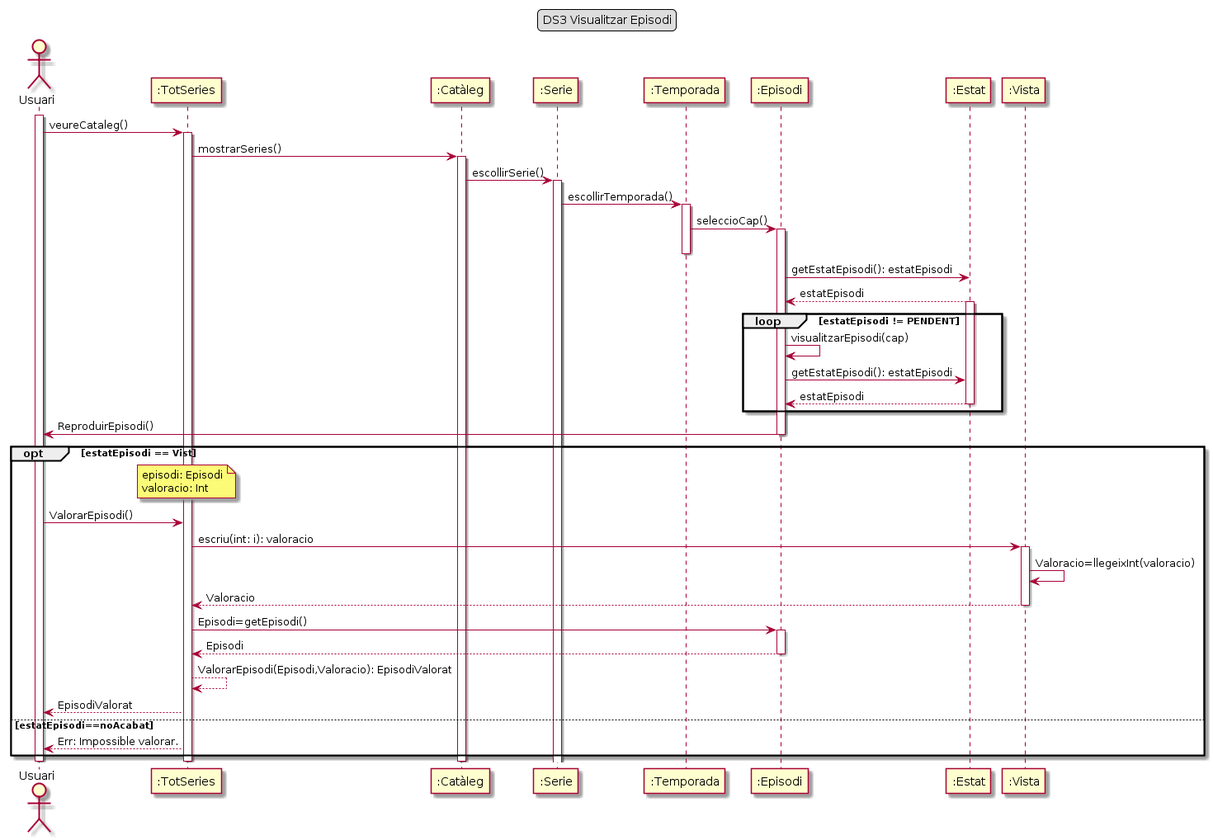
Earlier version of the PlantUML export Lab4/DS/DS3 Visualitzar Capitol.png (Ralleg314/DS). The source it was exported from:
```plantuml
@startuml
legend top
    DS3 Visualitzar Episodi
end legend

actor Usuari as usuari
activate usuari

participant ":TotSeries" as TS
participant ":Catàleg" as cataleg
participant ":Serie" as serie
participant ":Temporada" as temp
participant ":Episodi" as cap
participant ":Estat" as estat
participant ":Vista" as vista

usuari ->TS: veureCataleg()
activate TS
TS -> cataleg: mostrarSeries()
activate cataleg
cataleg -> serie: escollirSerie()
activate serie
serie->temp: escollirTemporada()
activate temp
temp->cap: seleccioCap()
activate cap
deactivate temp
cap -> estat: getEstatEpisodi(): estatEpisodi
estat --> cap: estatEpisodi
activate estat

loop estatEpisodi != PENDENT
    cap->cap: visualitzarEpisodi(cap)
    cap -> estat: getEstatEpisodi(): estatEpisodi
    estat --> cap: estatEpisodi
    deactivate estat
end
cap -> usuari: ReproduirEpisodi()
deactivate cap
opt estatEpisodi == Vist
note over TS
    episodi: Episodi
    valoracio: Int
end note

usuari ->TS: ValorarEpisodi()
TS -> vista: escriu(int: i): valoracio
activate vista
vista -> vista: Valoracio=llegeixInt(valoracio)
vista --> TS: Valoracio
deactivate vista
TS -> cap: Episodi=getEpisodi()
activate cap
cap --> TS: Episodi
deactivate cap
TS --> TS: ValorarEpisodi(Episodi,Valoracio): EpisodiValorat
TS --> usuari: EpisodiValorat

else estatEpisodi==noAcabat
TS --> usuari: Err: Impossible valorar.
end
deactivate cataleg
deactivate TS
deactivate usuari
@enduml
```
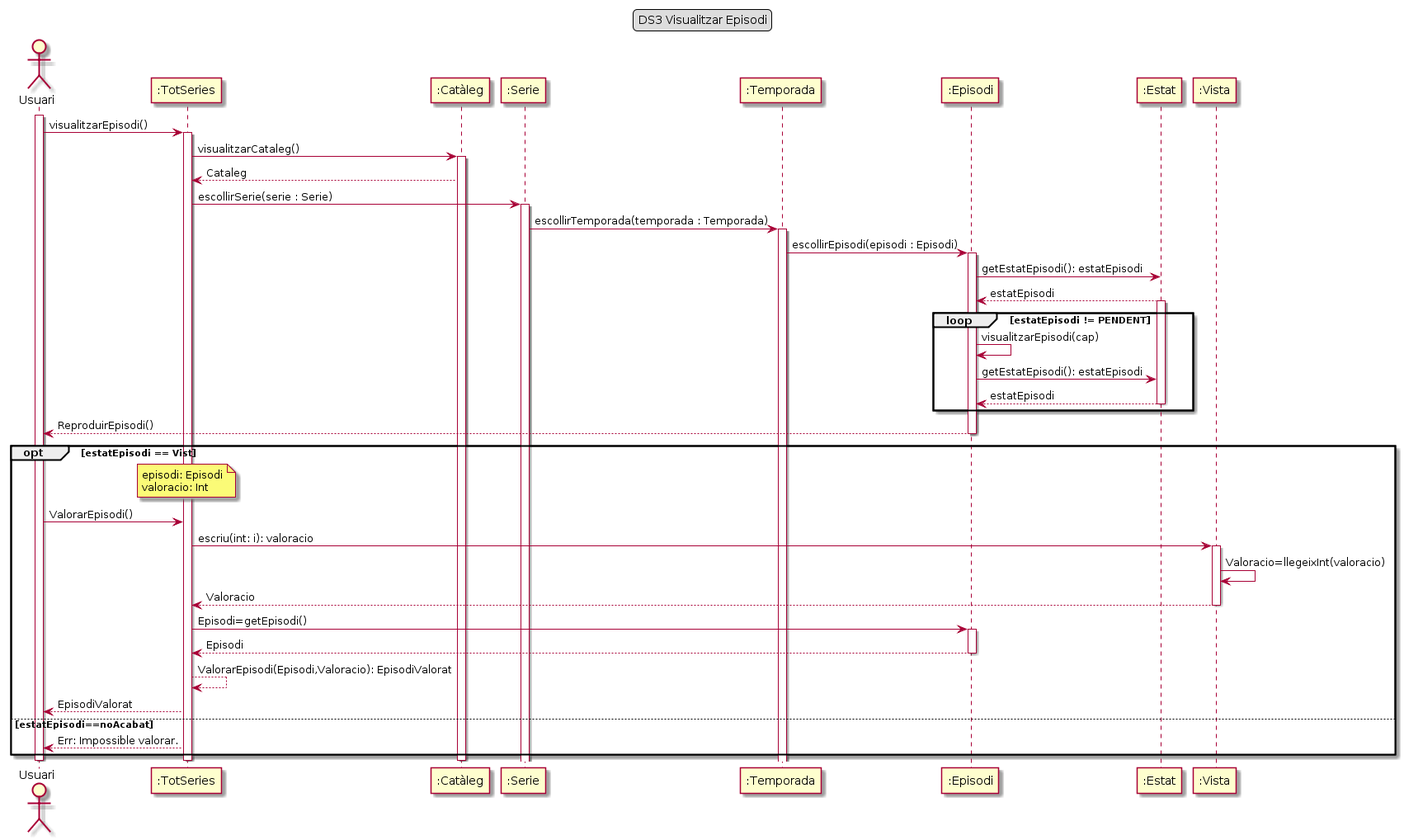
The same diagram one commit later.

Diff of the diagram source:
```diff
@@ -14,17 +14,17 @@
 participant ":Estat" as estat
 participant ":Vista" as vista
 
-usuari ->TS: veureCataleg()
+usuari ->TS: visualitzarEpisodi()
 activate TS
-TS -> cataleg: mostrarSeries()
+TS -> cataleg: visualitzarCataleg()
 activate cataleg
-cataleg -> serie: escollirSerie()
+cataleg --> TS : Cataleg
+TS -> serie: escollirSerie(serie : Serie)
 activate serie
-serie->temp: escollirTemporada()
+serie->temp: escollirTemporada(temporada : Temporada)
 activate temp
-temp->cap: seleccioCap()
+temp->cap: escollirEpisodi(episodi : Episodi)
 activate cap
-deactivate temp
 cap -> estat: getEstatEpisodi(): estatEpisodi
 estat --> cap: estatEpisodi
 activate estat
@@ -35,7 +35,7 @@
     estat --> cap: estatEpisodi
     deactivate estat
 end
-cap -> usuari: ReproduirEpisodi()
+cap --> usuari: ReproduirEpisodi()
 deactivate cap
 opt estatEpisodi == Vist
 note over TS
```
